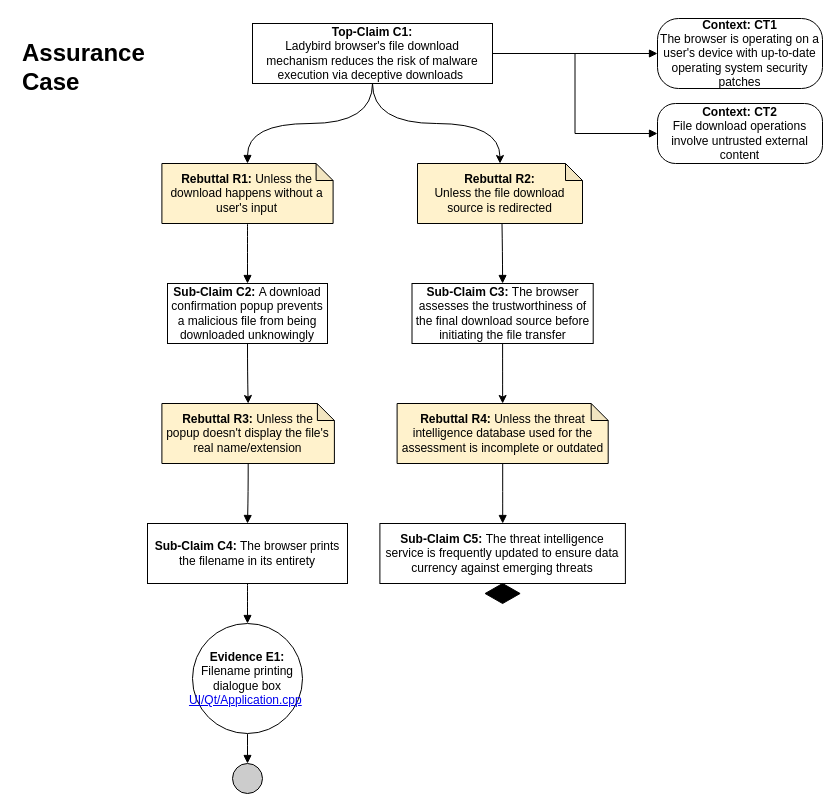
Before: docs/Filedownload_Assurance_Case.drawio in chauler/CYBR8420-Team5-Project, a draw.io diagram. Source tidied: cells renumbered, new cells numbered last; positions are measured from the earlier drawing's top-left corner, leaving out a move shared by most shapes. Both pictures are drawn from the tidied source at 100%, with x=0, y=0 at pixel (17, 18).
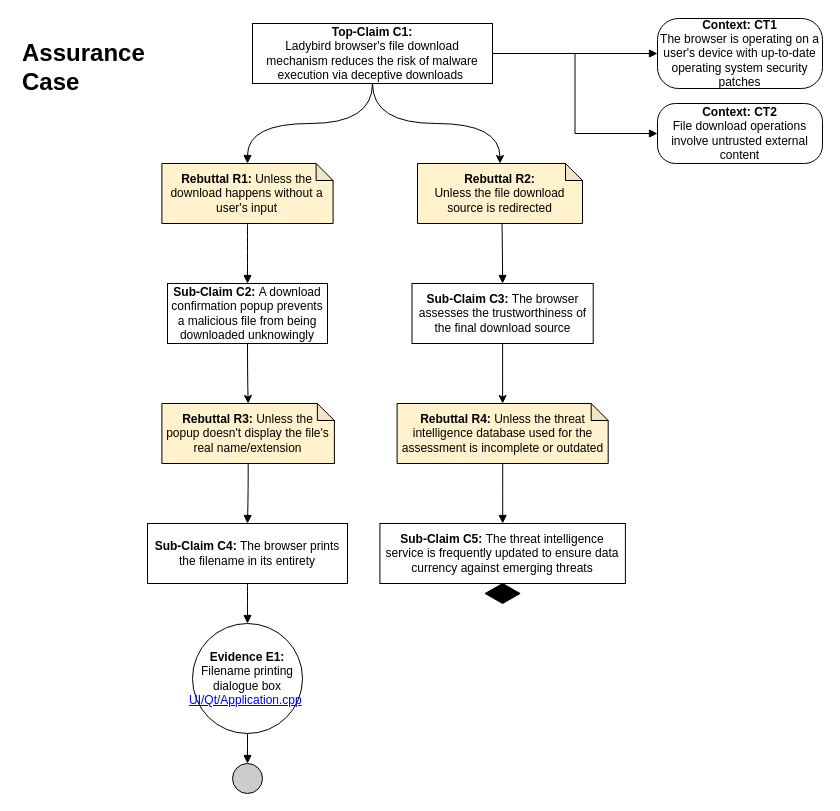
The same page after the edit.

Commit message (it also covers changes not shown here):
Logan Filedownload

The edit, as a diff of the source:
```diff
@@
-    <mxCell id="23" value="&lt;b&gt;Sub-Claim C3:&lt;/b&gt;&amp;nbsp;The browser assesses the trustworthiness of the final download source before initiating the file transfer" style="rounded=0;whiteSpace=wrap;html=1;" parent="1" vertex="1">
+    <mxCell id="23" value="&lt;b&gt;Sub-Claim C3:&lt;/b&gt;&amp;nbsp;The browser assesses the trustworthiness of the final download source" style="rounded=0;whiteSpace=wrap;html=1;" parent="1" vertex="1">
       <mxGeometry x="394.5" y="265" width="181.2" height="60" as="geometry" />
     </mxCell>
```
